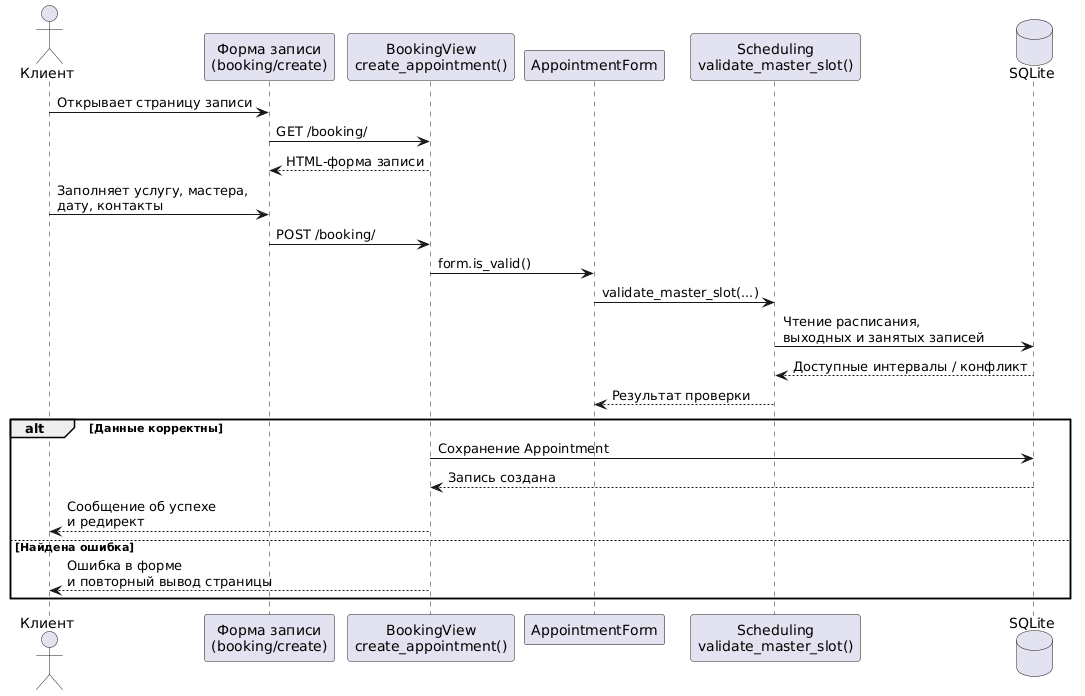
This is docs/plantuml/Диаграмма последовательности оформления записи на услугу.png from ZentifyID/spa-salon, a PlantUML export, as it was before one commit.
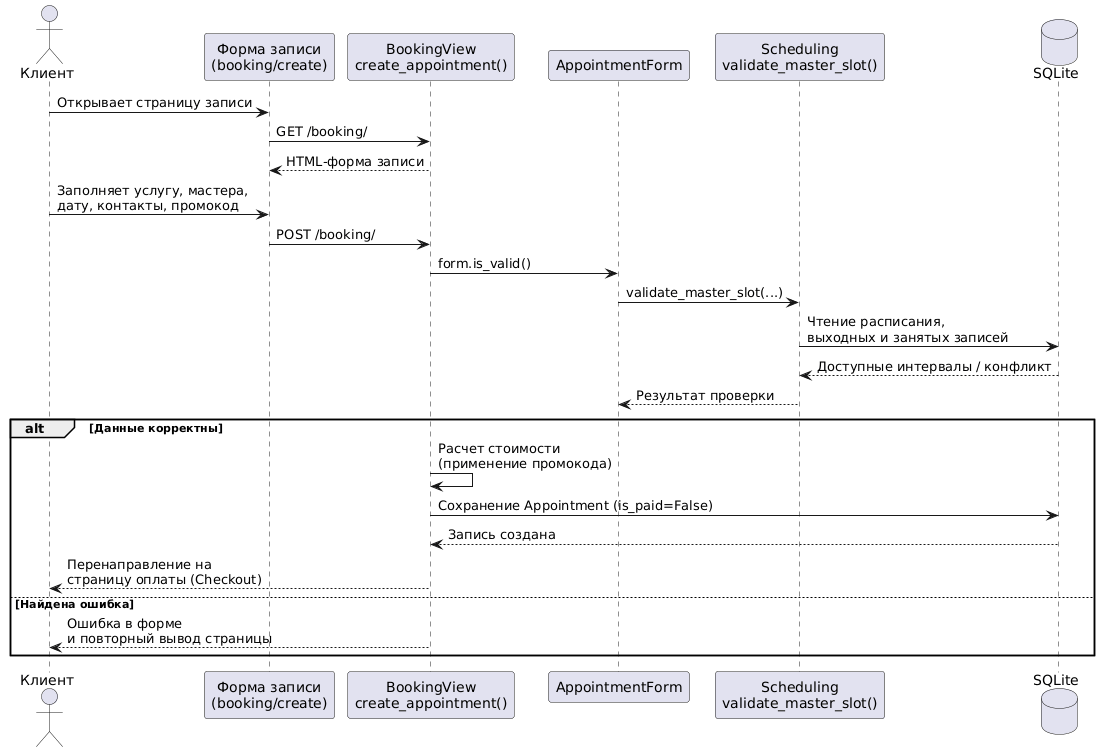
The same diagram one commit later.

Change to the diagram source:
```diff
@@ -10,7 +10,7 @@
 Form -> View : GET /booking/
 View --> Form : HTML-форма записи
 
-Client -> Form : Заполняет услугу, мастера,\nдату, контакты
+Client -> Form : Заполняет услугу, мастера,\nдату, контакты, промокод
 Form -> View : POST /booking/
 View -> AppForm : form.is_valid()
 AppForm -> Scheduling : validate_master_slot(...)
@@ -19,9 +19,10 @@
 Scheduling --> AppForm : Результат проверки
 
 alt Данные корректны
-  View -> DB : Сохранение Appointment
+  View -> View : Расчет стоимости\n(применение промокода)
+  View -> DB : Сохранение Appointment (is_paid=False)
   DB --> View : Запись создана
-  View --> Client : Сообщение об успехе\nи редирект
+  View --> Client : Перенаправление на\nстраницу оплаты (Checkout)
 else Найдена ошибка
   View --> Client : Ошибка в форме\nи повторный вывод страницы
 end
```
